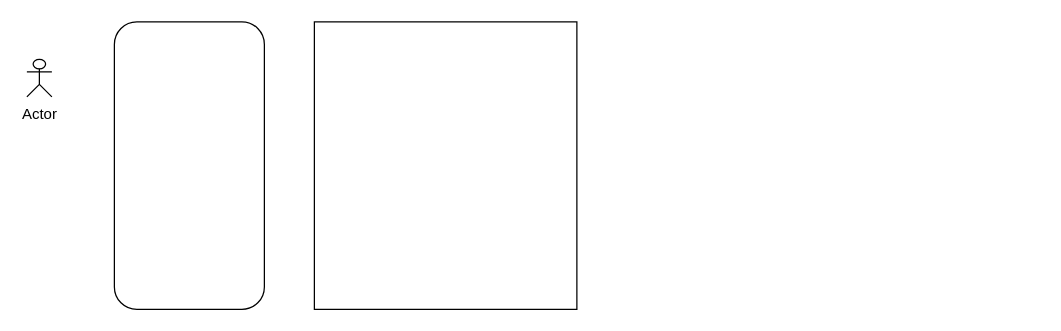
The draw.io diagram H5页面活动.drawio in shaozc3g/draw_io, before the edit. Source tidied: cells renumbered, new cells numbered last; positions are measured from the earlier drawing's top-left corner, leaving out a move shared by most shapes. Both pictures are drawn from the tidied source at 125%, with x=0, y=0 at pixel (26, 21).
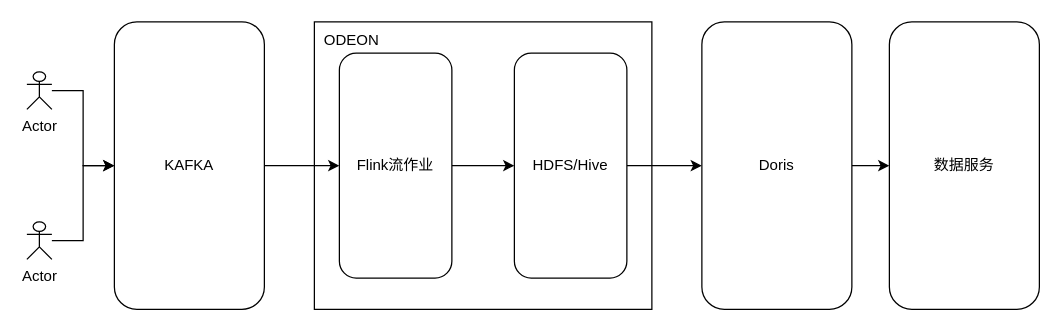
After the change.

Commit message (it also covers changes not shown here):
更新H5页面活动.drawio

Diff of the diagram source:
```diff
@@
 <mxGraphModel>
   <root>
     <mxCell id="0" />
     <mxCell id="1" parent="0" />
     <mxCell id="2" style="rounded=0;whiteSpace=wrap;html=1;" parent="1" vertex="1">
-      <mxGeometry x="230" width="210" height="230" as="geometry" />
+      <mxGeometry x="230" width="270" height="230" as="geometry" />
     </mxCell>
+    <mxCell id="5" style="edgeStyle=orthogonalEdgeStyle;rounded=0;jettySize=auto;html=1;" parent="1" edge="1" source="3" target="12">
+      <mxGeometry relative="1" as="geometry" />
+    </mxCell>
     <mxCell id="3" style="rounded=1;whiteSpace=wrap;html=1;" parent="1" vertex="1">
       <mxGeometry x="70" width="120" height="230" as="geometry" />
     </mxCell>
+    <mxCell id="6" style="edgeStyle=orthogonalEdgeStyle;rounded=0;jettySize=auto;html=1;" parent="1" edge="1" source="4" target="3">
+      <mxGeometry relative="1" as="geometry" />
+    </mxCell>
     <mxCell id="4" value="Actor" style="shape=umlActor;verticalLabelPosition=bottom;verticalAlign=top;html=1;outlineConnect=0;" parent="1" vertex="1">
-      <mxGeometry y="30" width="20" height="30" as="geometry" />
+      <mxGeometry y="40" width="20" height="30" as="geometry" />
     </mxCell>
+    <mxCell id="7" style="edgeStyle=orthogonalEdgeStyle;rounded=0;jettySize=auto;html=1;" parent="1" edge="1" source="8" target="3">
+      <mxGeometry relative="1" as="geometry" />
+    </mxCell>
+    <mxCell id="8" value="Actor" style="shape=umlActor;verticalLabelPosition=bottom;verticalAlign=top;html=1;outlineConnect=0;" parent="1" vertex="1">
+      <mxGeometry y="160" width="20" height="30" as="geometry" />
+    </mxCell>
+    <mxCell id="9" value="KAFKA" style="text;html=1;align=center;verticalAlign=middle;whiteSpace=wrap;rounded=0;" parent="1" vertex="1">
+      <mxGeometry x="100" y="100" width="60" height="30" as="geometry" />
+    </mxCell>
+    <mxCell id="10" value="ODEON" style="text;html=1;align=center;verticalAlign=middle;whiteSpace=wrap;rounded=0;" parent="1" vertex="1">
+      <mxGeometry x="230" width="60" height="30" as="geometry" />
+    </mxCell>
+    <mxCell id="11" style="edgeStyle=orthogonalEdgeStyle;rounded=0;jettySize=auto;html=1;" parent="1" edge="1" source="12" target="14">
+      <mxGeometry relative="1" as="geometry" />
+    </mxCell>
+    <mxCell id="12" value="Flink流作业" style="rounded=1;whiteSpace=wrap;html=1;" parent="1" vertex="1">
+      <mxGeometry x="250" y="25" width="90" height="180" as="geometry" />
+    </mxCell>
+    <mxCell id="13" style="edgeStyle=orthogonalEdgeStyle;rounded=0;jettySize=auto;html=1;" parent="1" edge="1" source="14" target="16">
+      <mxGeometry relative="1" as="geometry" />
+    </mxCell>
+    <mxCell id="14" value="HDFS/Hive" style="rounded=1;whiteSpace=wrap;html=1;" parent="1" vertex="1">
+      <mxGeometry x="390" y="25" width="90" height="180" as="geometry" />
+    </mxCell>
+    <mxCell id="15" style="edgeStyle=orthogonalEdgeStyle;rounded=0;jettySize=auto;html=1;" parent="1" edge="1" source="16" target="17">
+      <mxGeometry relative="1" as="geometry" />
+    </mxCell>
+    <mxCell id="16" value="Doris" style="rounded=1;whiteSpace=wrap;html=1;" parent="1" vertex="1">
+      <mxGeometry x="540" width="120" height="230" as="geometry" />
+    </mxCell>
+    <mxCell id="17" value="数据服务" style="rounded=1;whiteSpace=wrap;html=1;" parent="1" vertex="1">
+      <mxGeometry x="690" width="120" height="230" as="geometry" />
+    </mxCell>
   </root>
 </mxGraphModel>
```
